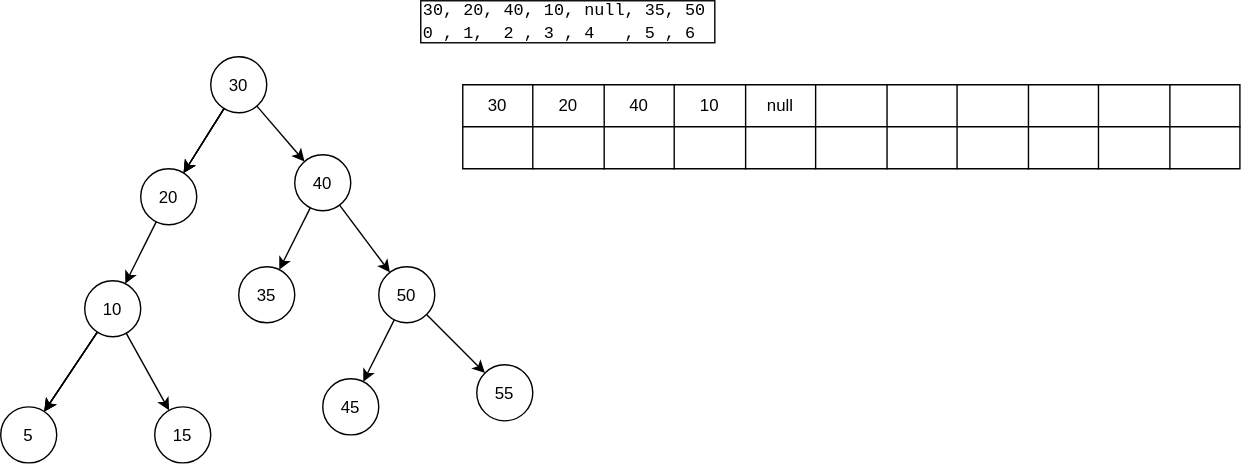
kosukhin/catalog keeps this draw.io diagram as База/Структуры данных/2. Быстро находить данные и проверять условия/2.3. Проверять принадлежность и уникальность/Множество (Set)/binary-tree.drawio.svg. Above is the earlier version. Source tidied: cells renumbered, new cells last; positions are measured from the earlier drawing's top-left corner, leaving out a move shared by most shapes.
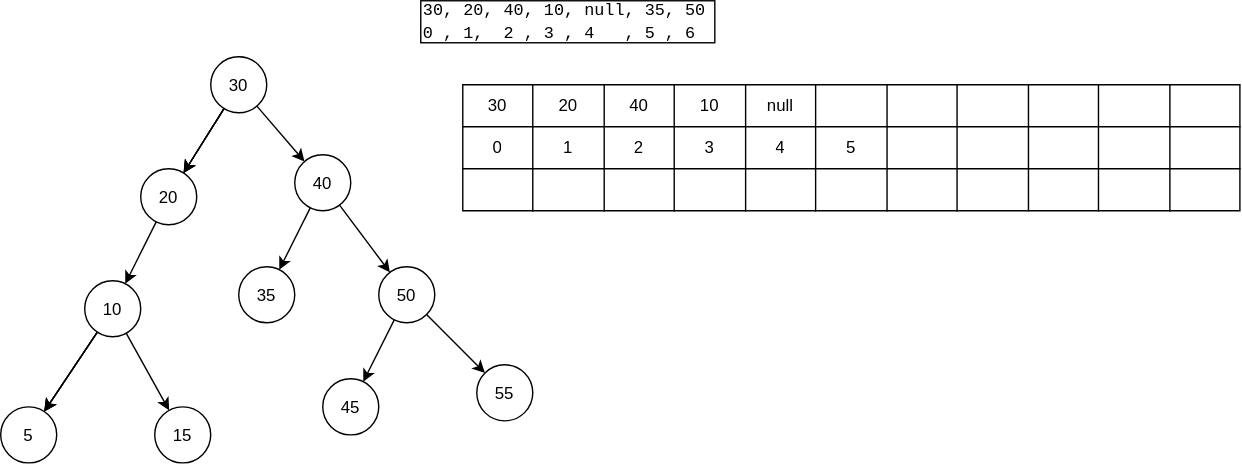
After the change.

What changed in the source:
```diff
@@ -75,7 +75,7 @@
       <mxGeometry x="340" y="260" width="40" height="40" as="geometry" />
     </mxCell>
     <mxCell id="26" style="shape=table;startSize=0;fixedHeader=1;tableRender=collapsed;" parent="1" vertex="1">
-      <mxGeometry x="330" y="60" width="555" height="60" as="geometry" />
+      <mxGeometry x="330" y="60" width="555" height="90" as="geometry" />
     </mxCell>
     <mxCell id="27" style="shape=tableRow;horizontal=0;startSize=0;swimlaneHead=0;swimlaneBody=0;strokeColor=inherit;fillColor=none;fixedHeader=1;" parent="26" vertex="1">
       <mxGeometry width="555" height="30" as="geometry" />
@@ -116,22 +116,22 @@
     <mxCell id="39" style="shape=tableRow;horizontal=0;startSize=0;swimlaneHead=0;swimlaneBody=0;strokeColor=inherit;fillColor=none;fixedHeader=1;" parent="26" vertex="1">
       <mxGeometry y="30" width="555" height="30" as="geometry" />
     </mxCell>
-    <mxCell id="40" style="shape=partialRectangle;html=1;whiteSpace=wrap;strokeColor=inherit;overflow=hidden;fillColor=none;" parent="39" vertex="1">
+    <mxCell id="40" value="0" style="shape=partialRectangle;html=1;whiteSpace=wrap;strokeColor=inherit;overflow=hidden;fillColor=none;" parent="39" vertex="1">
       <mxGeometry width="50" height="30" as="geometry" />
     </mxCell>
-    <mxCell id="41" style="shape=partialRectangle;html=1;whiteSpace=wrap;strokeColor=inherit;overflow=hidden;fillColor=none;" parent="39" vertex="1">
+    <mxCell id="41" value="1" style="shape=partialRectangle;html=1;whiteSpace=wrap;strokeColor=inherit;overflow=hidden;fillColor=none;" parent="39" vertex="1">
       <mxGeometry x="50" width="51" height="30" as="geometry" />
     </mxCell>
-    <mxCell id="42" style="shape=partialRectangle;html=1;whiteSpace=wrap;strokeColor=inherit;overflow=hidden;fillColor=none;" parent="39" vertex="1">
+    <mxCell id="42" value="2" style="shape=partialRectangle;html=1;whiteSpace=wrap;strokeColor=inherit;overflow=hidden;fillColor=none;" parent="39" vertex="1">
       <mxGeometry x="101" width="50" height="30" as="geometry" />
     </mxCell>
-    <mxCell id="43" style="shape=partialRectangle;html=1;whiteSpace=wrap;strokeColor=inherit;overflow=hidden;fillColor=none;" parent="39" vertex="1">
+    <mxCell id="43" value="3" style="shape=partialRectangle;html=1;whiteSpace=wrap;strokeColor=inherit;overflow=hidden;fillColor=none;" parent="39" vertex="1">
       <mxGeometry x="151" width="51" height="30" as="geometry" />
     </mxCell>
-    <mxCell id="44" style="shape=partialRectangle;html=1;whiteSpace=wrap;strokeColor=inherit;overflow=hidden;fillColor=none;" parent="39" vertex="1">
+    <mxCell id="44" value="4" style="shape=partialRectangle;html=1;whiteSpace=wrap;strokeColor=inherit;overflow=hidden;fillColor=none;" parent="39" vertex="1">
       <mxGeometry x="202" width="50" height="30" as="geometry" />
     </mxCell>
-    <mxCell id="45" style="shape=partialRectangle;html=1;whiteSpace=wrap;strokeColor=inherit;overflow=hidden;fillColor=none;" parent="39" vertex="1">
+    <mxCell id="45" value="5" style="shape=partialRectangle;html=1;whiteSpace=wrap;strokeColor=inherit;overflow=hidden;fillColor=none;" parent="39" vertex="1">
       <mxGeometry x="252" width="51" height="30" as="geometry" />
     </mxCell>
     <mxCell id="46" style="shape=partialRectangle;html=1;whiteSpace=wrap;strokeColor=inherit;overflow=hidden;fillColor=none;" parent="39" vertex="1">
@@ -149,5 +149,41 @@
     <mxCell id="50" style="shape=partialRectangle;html=1;whiteSpace=wrap;strokeColor=inherit;overflow=hidden;fillColor=none;" parent="39" vertex="1">
       <mxGeometry x="505" width="50" height="30" as="geometry" />
     </mxCell>
+    <mxCell id="51" style="shape=tableRow;horizontal=0;startSize=0;swimlaneHead=0;swimlaneBody=0;strokeColor=inherit;fillColor=none;fixedHeader=1;" parent="26" vertex="1">
+      <mxGeometry y="60" width="555" height="30" as="geometry" />
+    </mxCell>
+    <mxCell id="52" style="shape=partialRectangle;html=1;whiteSpace=wrap;strokeColor=inherit;overflow=hidden;fillColor=none;" parent="51" vertex="1">
+      <mxGeometry width="50" height="30" as="geometry" />
+    </mxCell>
+    <mxCell id="53" style="shape=partialRectangle;html=1;whiteSpace=wrap;strokeColor=inherit;overflow=hidden;fillColor=none;" parent="51" vertex="1">
+      <mxGeometry x="50" width="51" height="30" as="geometry" />
+    </mxCell>
+    <mxCell id="54" style="shape=partialRectangle;html=1;whiteSpace=wrap;strokeColor=inherit;overflow=hidden;fillColor=none;" parent="51" vertex="1">
+      <mxGeometry x="101" width="50" height="30" as="geometry" />
+    </mxCell>
+    <mxCell id="55" style="shape=partialRectangle;html=1;whiteSpace=wrap;strokeColor=inherit;overflow=hidden;fillColor=none;" parent="51" vertex="1">
+      <mxGeometry x="151" width="51" height="30" as="geometry" />
+    </mxCell>
+    <mxCell id="56" style="shape=partialRectangle;html=1;whiteSpace=wrap;strokeColor=inherit;overflow=hidden;fillColor=none;" parent="51" vertex="1">
+      <mxGeometry x="202" width="50" height="30" as="geometry" />
+    </mxCell>
+    <mxCell id="57" style="shape=partialRectangle;html=1;whiteSpace=wrap;strokeColor=inherit;overflow=hidden;fillColor=none;" parent="51" vertex="1">
+      <mxGeometry x="252" width="51" height="30" as="geometry" />
+    </mxCell>
+    <mxCell id="58" style="shape=partialRectangle;html=1;whiteSpace=wrap;strokeColor=inherit;overflow=hidden;fillColor=none;" parent="51" vertex="1">
+      <mxGeometry x="303" width="50" height="30" as="geometry" />
+    </mxCell>
+    <mxCell id="59" style="shape=partialRectangle;html=1;whiteSpace=wrap;strokeColor=inherit;overflow=hidden;fillColor=none;" parent="51" vertex="1">
+      <mxGeometry x="353" width="51" height="30" as="geometry" />
+    </mxCell>
+    <mxCell id="60" style="shape=partialRectangle;html=1;whiteSpace=wrap;strokeColor=inherit;overflow=hidden;fillColor=none;" parent="51" vertex="1">
+      <mxGeometry x="404" width="50" height="30" as="geometry" />
+    </mxCell>
+    <mxCell id="61" style="shape=partialRectangle;html=1;whiteSpace=wrap;strokeColor=inherit;overflow=hidden;fillColor=none;" parent="51" vertex="1">
+      <mxGeometry x="454" width="51" height="30" as="geometry" />
+    </mxCell>
+    <mxCell id="62" style="shape=partialRectangle;html=1;whiteSpace=wrap;strokeColor=inherit;overflow=hidden;fillColor=none;" parent="51" vertex="1">
+      <mxGeometry x="505" width="50" height="30" as="geometry" />
+    </mxCell>
   </root>
 </mxGraphModel>
```
